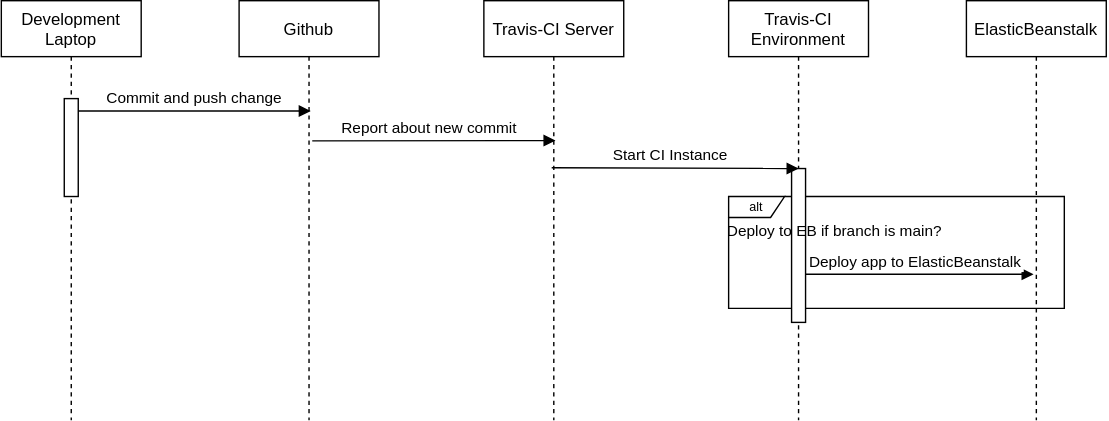
This is docs/todo_backend_sequence_diagram.svg from CathalButler/todo-backend, a draw.io export, as it was before one commit. Source tidied: cells renumbered, new cells last; positions are measured from the earlier drawing's top-left corner, leaving out a move shared by most shapes. Its diagram source:
```xml
<mxGraphModel>
  <root>
    <mxCell id="0" />
    <mxCell id="1" parent="0" />
    <mxCell id="2" value="&lt;font style=&quot;font-size: 9px;&quot;&gt;alt&lt;/font&gt;" style="shape=umlFrame;whiteSpace=wrap;html=1;width=40;height=15;" parent="1" vertex="1">
      <mxGeometry x="520" y="140" width="240" height="80" as="geometry" />
    </mxCell>
    <mxCell id="3" value="Development &#10;Laptop" style="shape=umlLifeline;perimeter=lifelinePerimeter;rounded=0;shadow=0;strokeWidth=1;" parent="1" vertex="1">
      <mxGeometry width="100" height="300" as="geometry" />
    </mxCell>
    <mxCell id="4" style="points=[];perimeter=orthogonalPerimeter;rounded=0;shadow=0;strokeWidth=1;" parent="3" vertex="1">
      <mxGeometry x="45" y="70" width="10" height="70" as="geometry" />
    </mxCell>
    <mxCell id="5" value="Github" style="shape=umlLifeline;perimeter=lifelinePerimeter;rounded=0;shadow=0;strokeWidth=1;" parent="1" vertex="1">
      <mxGeometry x="170" width="100" height="300" as="geometry" />
    </mxCell>
    <mxCell id="6" value="Report about new commit" style="verticalAlign=bottom;endArrow=block;entryX=0.512;entryY=0.263;shadow=0;strokeWidth=1;entryDx=0;entryDy=0;entryPerimeter=0;exitX=0.523;exitY=0.334;exitDx=0;exitDy=0;exitPerimeter=0;" parent="5" edge="1" source="5">
      <mxGeometry x="-0.04" relative="1" as="geometry">
        <mxPoint x="226.2" y="100" as="targetPoint" />
      </mxGeometry>
    </mxCell>
    <mxCell id="7" value="Commit and push change" style="verticalAlign=bottom;endArrow=block;entryX=0.512;entryY=0.263;shadow=0;strokeWidth=1;entryDx=0;entryDy=0;entryPerimeter=0;" parent="1" edge="1" source="4" target="5">
      <mxGeometry relative="1" as="geometry" />
    </mxCell>
    <mxCell id="8" value="Travis-CI Server" style="shape=umlLifeline;perimeter=lifelinePerimeter;rounded=0;shadow=0;strokeWidth=1;" parent="1" vertex="1">
      <mxGeometry x="345" width="100" height="300" as="geometry" />
    </mxCell>
    <mxCell id="9" value="Travis-CI &#10;Environment" style="shape=umlLifeline;perimeter=lifelinePerimeter;rounded=0;shadow=0;strokeWidth=1;" parent="1" vertex="1">
      <mxGeometry x="520" width="100" height="300" as="geometry" />
    </mxCell>
    <mxCell id="10" style="points=[];perimeter=orthogonalPerimeter;rounded=0;shadow=0;strokeWidth=1;" parent="9" vertex="1">
      <mxGeometry x="45" y="120" width="10" height="110" as="geometry" />
    </mxCell>
    <mxCell id="11" value="Start CI Instance" style="verticalAlign=bottom;endArrow=block;entryX=0.5;entryY=0.4;shadow=0;strokeWidth=1;entryDx=0;entryDy=0;entryPerimeter=0;exitX=0.485;exitY=0.398;exitDx=0;exitDy=0;exitPerimeter=0;" parent="1" edge="1" source="8" target="9">
      <mxGeometry x="-0.04" relative="1" as="geometry" />
    </mxCell>
    <mxCell id="12" value="ElasticBeanstalk" style="shape=umlLifeline;perimeter=lifelinePerimeter;rounded=0;shadow=0;strokeWidth=1;" parent="1" vertex="1">
      <mxGeometry x="690" width="100" height="300" as="geometry" />
    </mxCell>
    <mxCell id="13" value="Deploy app to ElasticBeanstalk" style="verticalAlign=bottom;endArrow=block;shadow=0;strokeWidth=1;entryX=0.48;entryY=0.652;entryDx=0;entryDy=0;entryPerimeter=0;" parent="1" edge="1" source="10" target="12">
      <mxGeometry x="-0.04" relative="1" as="geometry" />
    </mxCell>
    <mxCell id="14" value="&lt;font style=&quot;font-size: 11px;&quot;&gt;Deploy to EB if branch is main?&amp;nbsp;&lt;/font&gt;" style="text;html=1;strokeColor=none;fillColor=none;align=center;verticalAlign=middle;whiteSpace=wrap;rounded=0;fontSize=9;" parent="1" vertex="1">
      <mxGeometry x="515" y="150" width="165" height="30" as="geometry" />
    </mxCell>
  </root>
</mxGraphModel>
```
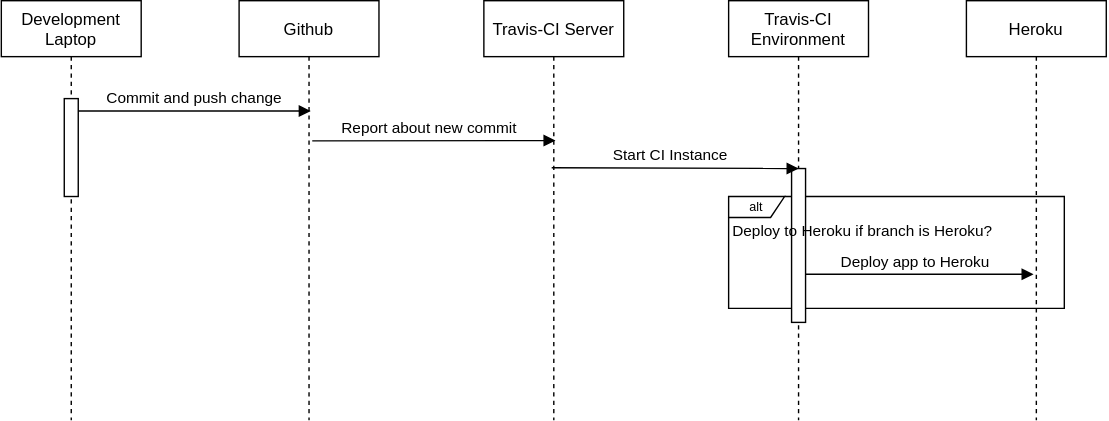
Above is the later version.

Commit message:
Updated travis config

What changed in the source:
```diff
@@ -34,14 +34,14 @@
     <mxCell id="11" value="Start CI Instance" style="verticalAlign=bottom;endArrow=block;entryX=0.5;entryY=0.4;shadow=0;strokeWidth=1;entryDx=0;entryDy=0;entryPerimeter=0;exitX=0.485;exitY=0.398;exitDx=0;exitDy=0;exitPerimeter=0;" parent="1" edge="1" source="8" target="9">
       <mxGeometry x="-0.04" relative="1" as="geometry" />
     </mxCell>
-    <mxCell id="12" value="ElasticBeanstalk" style="shape=umlLifeline;perimeter=lifelinePerimeter;rounded=0;shadow=0;strokeWidth=1;" parent="1" vertex="1">
+    <mxCell id="12" value="Heroku" style="shape=umlLifeline;perimeter=lifelinePerimeter;rounded=0;shadow=0;strokeWidth=1;" parent="1" vertex="1">
       <mxGeometry x="690" width="100" height="300" as="geometry" />
     </mxCell>
-    <mxCell id="13" value="Deploy app to ElasticBeanstalk" style="verticalAlign=bottom;endArrow=block;shadow=0;strokeWidth=1;entryX=0.48;entryY=0.652;entryDx=0;entryDy=0;entryPerimeter=0;" parent="1" edge="1" source="10" target="12">
+    <mxCell id="13" value="Deploy app to Heroku" style="verticalAlign=bottom;endArrow=block;shadow=0;strokeWidth=1;entryX=0.48;entryY=0.652;entryDx=0;entryDy=0;entryPerimeter=0;" parent="1" edge="1" source="10" target="12">
       <mxGeometry x="-0.04" relative="1" as="geometry" />
     </mxCell>
-    <mxCell id="14" value="&lt;font style=&quot;font-size: 11px;&quot;&gt;Deploy to EB if branch is main?&amp;nbsp;&lt;/font&gt;" style="text;html=1;strokeColor=none;fillColor=none;align=center;verticalAlign=middle;whiteSpace=wrap;rounded=0;fontSize=9;" parent="1" vertex="1">
-      <mxGeometry x="515" y="150" width="165" height="30" as="geometry" />
+    <mxCell id="14" value="&lt;font style=&quot;font-size: 11px;&quot;&gt;Deploy to Heroku if branch is Heroku?&amp;nbsp;&lt;/font&gt;" style="text;html=1;strokeColor=none;fillColor=none;align=center;verticalAlign=middle;whiteSpace=wrap;rounded=0;fontSize=9;" parent="1" vertex="1">
+      <mxGeometry x="515" y="150" width="205" height="30" as="geometry" />
     </mxCell>
   </root>
 </mxGraphModel>
```
